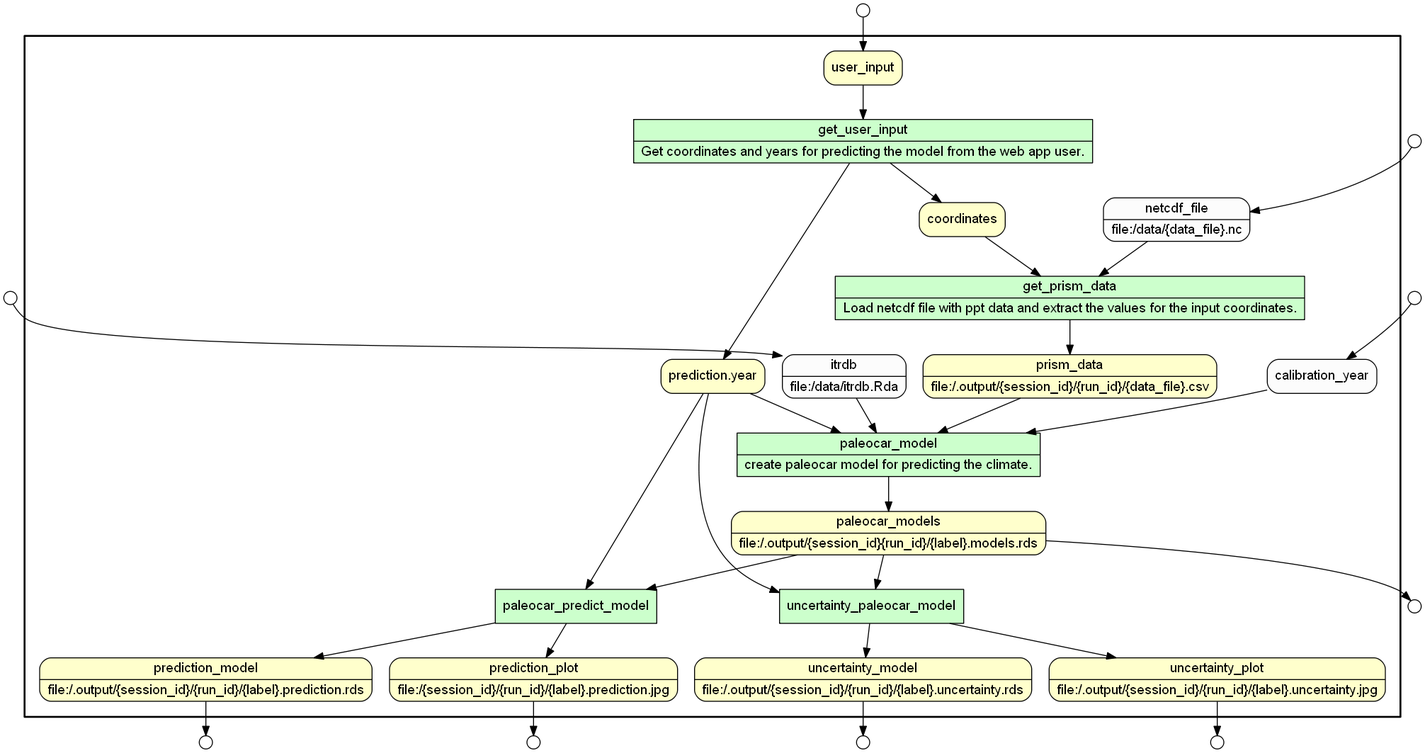
This is .prov_scripts/graphs/web_app_paleocar_data_flow.png from idaks/wt-prov-Summer-2017, a Graphviz export, as it was before one commit. Its source is kept beside it as .prov_scripts/gv_files/web_app_paleocar_data_flow.gv. The source it was exported from:
```dot
digraph Workflow {
rankdir=TB
fontname=Helvetica; fontsize=18; labelloc=t
label=""
subgraph cluster_workflow_box_outer { label=""; color=black; penwidth=2
subgraph cluster_workflow_box_inner { label=""; penwidth=0
node[shape=box style=filled fillcolor="#CCFFCC" peripheries=1 fontname=Helvetica]
get_user_input [shape=record rankdir=LR label="{<f0> get_user_input |<f1> Get coordinates and years for predicting the model from the web app user.}"];
get_prism_data [shape=record rankdir=LR label="{<f0> get_prism_data |<f1> Load netcdf file with ppt data and extract the values for the input coordinates.}"];
paleocar_model [shape=record rankdir=LR label="{<f0> paleocar_model |<f1> create paleocar model for predicting the climate.}"];
paleocar_predict_model
uncertainty_paleocar_model
node[shape=box style="rounded,filled" fillcolor="#FFFFCC" peripheries=1 fontname=Helvetica]
paleocar_models [shape=record rankdir=LR label="{<f0> paleocar_models |<f1> file\:/.output/\{session_id\}\{run_id\}/\{label\}.models.rds}"];
prediction_model [shape=record rankdir=LR label="{<f0> prediction_model |<f1> file\:/.output/\{session_id\}/\{run_id\}/\{label\}.prediction.rds}"];
uncertainty_model [shape=record rankdir=LR label="{<f0> uncertainty_model |<f1> file\:/.output/\{session_id\}/\{run_id\}/\{label\}.uncertainty.rds}"];
prediction_plot [shape=record rankdir=LR label="{<f0> prediction_plot |<f1> file\:/\{session_id\}/\{run_id\}/\{label\}.prediction.jpg}"];
uncertainty_plot [shape=record rankdir=LR label="{<f0> uncertainty_plot |<f1> file\:/.output/\{session_id\}/\{run_id\}/\{label\}.uncertainty.jpg}"];
user_input
coordinates
prism_data [shape=record rankdir=LR label="{<f0> prism_data |<f1> file\:/.output/\{session_id\}/\{run_id\}/\{data_file\}.csv}"];
"prediction.year"
node[shape=box style="rounded,filled" fillcolor="#FCFCFC" peripheries=1 fontname=Helvetica]
netcdf_file [shape=record rankdir=LR label="{<f0> netcdf_file |<f1> file\:/data/\{data_file\}.nc}"];
itrdb [shape=record rankdir=LR label="{<f0> itrdb |<f1> file\:/data/itrdb.Rda}"];
calibration_year
get_user_input -> coordinates
get_user_input -> "prediction.year"
user_input -> get_user_input
get_prism_data -> prism_data
coordinates -> get_prism_data
netcdf_file -> get_prism_data
paleocar_model -> paleocar_models
itrdb -> paleocar_model
prism_data -> paleocar_model
calibration_year -> paleocar_model
"prediction.year" -> paleocar_model
paleocar_predict_model -> prediction_model
paleocar_predict_model -> prediction_plot
paleocar_models -> paleocar_predict_model
"prediction.year" -> paleocar_predict_model
uncertainty_paleocar_model -> uncertainty_model
uncertainty_paleocar_model -> uncertainty_plot
paleocar_models -> uncertainty_paleocar_model
"prediction.year" -> uncertainty_paleocar_model
}}
node[shape=circle style="rounded,filled" fillcolor="#FFFFFF" peripheries=1 fontname=Helvetica width=0.2]
user_input_input_port [label=""]
netcdf_file_input_port [label=""]
itrdb_input_port [label=""]
calibration_year_input_port [label=""]
node[shape=circle style="rounded,filled" fillcolor="#FFFFFF" peripheries=1 fontname=Helvetica width=0.2]
paleocar_models_output_port [label=""]
prediction_model_output_port [label=""]
uncertainty_model_output_port [label=""]
prediction_plot_output_port [label=""]
uncertainty_plot_output_port [label=""]
user_input_input_port -> user_input
netcdf_file_input_port -> netcdf_file
itrdb_input_port -> itrdb
calibration_year_input_port -> calibration_year
paleocar_models -> paleocar_models_output_port
prediction_model -> prediction_model_output_port
uncertainty_model -> uncertainty_model_output_port
prediction_plot -> prediction_plot_output_port
uncertainty_plot -> uncertainty_plot_output_port
}
```
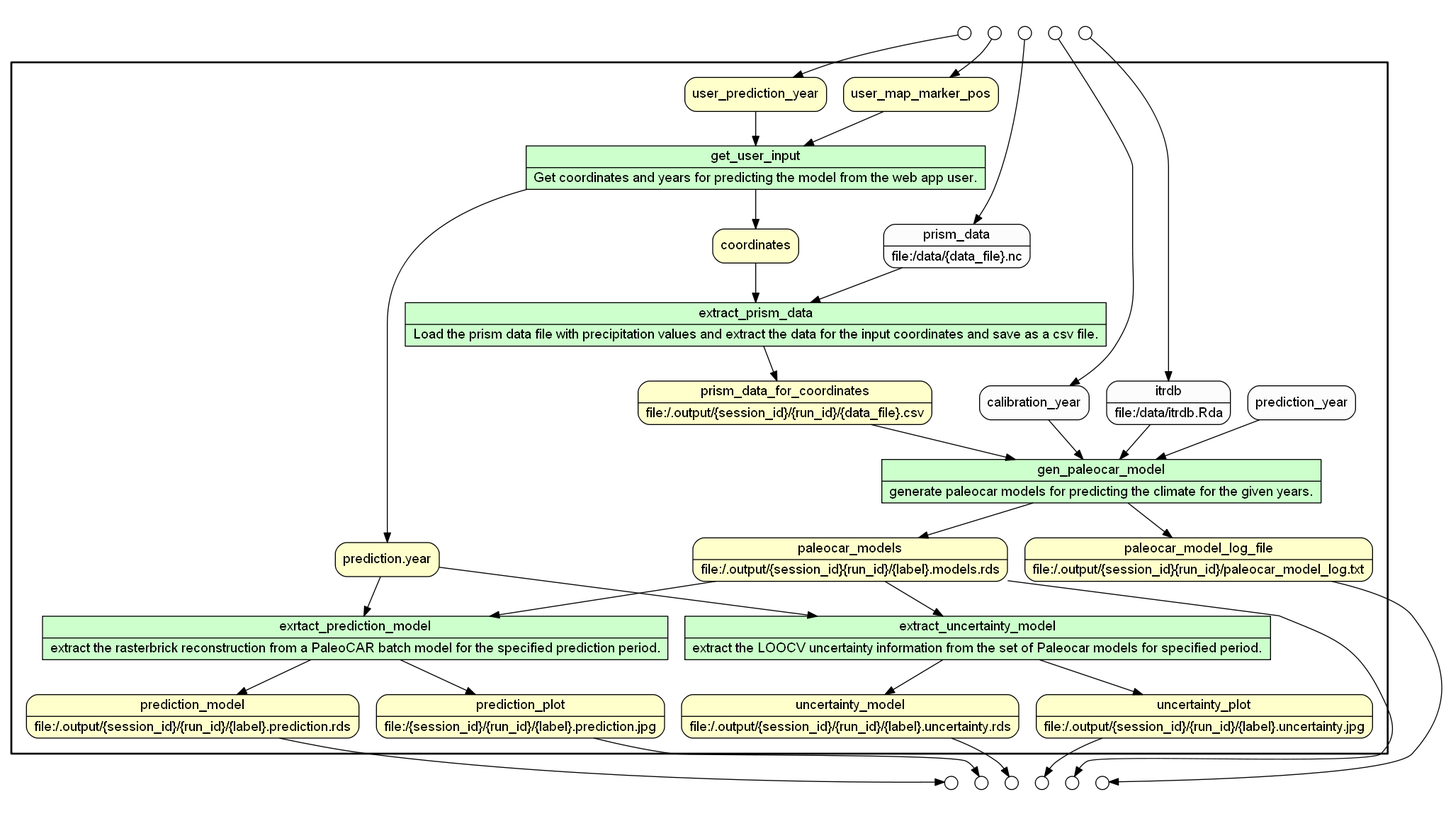
The same file after the commit.

Change to the diagram source:
```diff
@@ -6,57 +6,70 @@
 subgraph cluster_workflow_box_inner { label=""; penwidth=0
 node[shape=box style=filled fillcolor="#CCFFCC" peripheries=1 fontname=Helvetica]
 get_user_input [shape=record rankdir=LR label="{<f0> get_user_input |<f1> Get coordinates and years for predicting the model from the web app user.}"];
-get_prism_data [shape=record rankdir=LR label="{<f0> get_prism_data |<f1> Load netcdf file with ppt data and extract the values for the input coordinates.}"];
-paleocar_model [shape=record rankdir=LR label="{<f0> paleocar_model |<f1> create paleocar model for predicting the climate.}"];
-paleocar_predict_model
-uncertainty_paleocar_model
+extract_prism_data [shape=record rankdir=LR label="{<f0> extract_prism_data |<f1> Load the prism data file with precipitation values and extract the data for the input coordinates and save as a csv file.}"];
+gen_paleocar_model [shape=record rankdir=LR label="{<f0> gen_paleocar_model |<f1> generate paleocar models for predicting the climate for the given years.}"];
+exrtact_prediction_model [shape=record rankdir=LR label="{<f0> exrtact_prediction_model |<f1> extract the rasterbrick reconstruction from a PaleoCAR batch model for the specified prediction period.}"];
+extract_uncertainty_model [shape=record rankdir=LR label="{<f0> extract_uncertainty_model |<f1> extract the LOOCV uncertainty information from the set of Paleocar models for specified period.}"];
 node[shape=box style="rounded,filled" fillcolor="#FFFFCC" peripheries=1 fontname=Helvetica]
 paleocar_models [shape=record rankdir=LR label="{<f0> paleocar_models |<f1> file\:/.output/\{session_id\}\{run_id\}/\{label\}.models.rds}"];
 prediction_model [shape=record rankdir=LR label="{<f0> prediction_model |<f1> file\:/.output/\{session_id\}/\{run_id\}/\{label\}.prediction.rds}"];
 uncertainty_model [shape=record rankdir=LR label="{<f0> uncertainty_model |<f1> file\:/.output/\{session_id\}/\{run_id\}/\{label\}.uncertainty.rds}"];
 prediction_plot [shape=record rankdir=LR label="{<f0> prediction_plot |<f1> file\:/\{session_id\}/\{run_id\}/\{label\}.prediction.jpg}"];
 uncertainty_plot [shape=record rankdir=LR label="{<f0> uncertainty_plot |<f1> file\:/.output/\{session_id\}/\{run_id\}/\{label\}.uncertainty.jpg}"];
-user_input
+paleocar_model_log_file [shape=record rankdir=LR label="{<f0> paleocar_model_log_file |<f1> file\:/.output/\{session_id\}\{run_id\}/paleocar_model_log.txt}"];
+user_map_marker_pos
+user_prediction_year
 coordinates
-prism_data [shape=record rankdir=LR label="{<f0> prism_data |<f1> file\:/.output/\{session_id\}/\{run_id\}/\{data_file\}.csv}"];
+prism_data_for_coordinates [shape=record rankdir=LR label="{<f0> prism_data_for_coordinates |<f1> file\:/.output/\{session_id\}/\{run_id\}/\{data_file\}.csv}"];
 "prediction.year"
 node[shape=box style="rounded,filled" fillcolor="#FCFCFC" peripheries=1 fontname=Helvetica]
-netcdf_file [shape=record rankdir=LR label="{<f0> netcdf_file |<f1> file\:/data/\{data_file\}.nc}"];
+prism_data [shape=record rankdir=LR label="{<f0> prism_data |<f1> file\:/data/\{data_file\}.nc}"];
+calibration_year
 itrdb [shape=record rankdir=LR label="{<f0> itrdb |<f1> file\:/data/itrdb.Rda}"];
-calibration_year
 get_user_input -> coordinates
 get_user_input -> "prediction.year"
-user_input -> get_user_input
-get_prism_data -> prism_data
-coordinates -> get_prism_data
-netcdf_file -> get_prism_data
-paleocar_model -> paleocar_models
-itrdb -> paleocar_model
-prism_data -> paleocar_model
-calibration_year -> paleocar_model
-"prediction.year" -> paleocar_model
-paleocar_predict_model -> prediction_model
-paleocar_predict_model -> prediction_plot
-paleocar_models -> paleocar_predict_model
-"prediction.year" -> paleocar_predict_model
-uncertainty_paleocar_model -> uncertainty_model
-uncertainty_paleocar_model -> uncertainty_plot
-paleocar_models -> uncertainty_paleocar_model
-"prediction.year" -> uncertainty_paleocar_model
+user_map_marker_pos -> get_user_input
+user_prediction_year -> get_user_input
+extract_prism_data -> prism_data_for_coordinates
+coordinates -> extract_prism_data
+prism_data -> extract_prism_data
+gen_paleocar_model -> paleocar_models
+gen_paleocar_model -> paleocar_model_log_file
+calibration_year -> gen_paleocar_model
+itrdb -> gen_paleocar_model
+prediction_year -> gen_paleocar_model
+prism_data_for_coordinates -> gen_paleocar_model
+exrtact_prediction_model -> prediction_model
+exrtact_prediction_model -> prediction_plot
+paleocar_models -> exrtact_prediction_model
+"prediction.year" -> exrtact_prediction_model
+extract_uncertainty_model -> uncertainty_model
+extract_uncertainty_model -> uncertainty_plot
+paleocar_models -> extract_uncertainty_model
+"prediction.year" -> extract_uncertainty_model
 }}
+subgraph cluster_input_ports_group_outer { label=""; penwidth=0
+subgraph cluster_input_ports_group_inner { label=""; penwidth=0
 node[shape=circle style="rounded,filled" fillcolor="#FFFFFF" peripheries=1 fontname=Helvetica width=0.2]
-user_input_input_port [label=""]
-netcdf_file_input_port [label=""]
+user_map_marker_pos_input_port [label=""]
+user_prediction_year_input_port [label=""]
+prism_data_input_port [label=""]
 itrdb_input_port [label=""]
 calibration_year_input_port [label=""]
+}}
+subgraph cluster_output_ports_group_outer { label=""; penwidth=0
+subgraph cluster_output_ports_group_inner { label=""; penwidth=0
 node[shape=circle style="rounded,filled" fillcolor="#FFFFFF" peripheries=1 fontname=Helvetica width=0.2]
 paleocar_models_output_port [label=""]
 prediction_model_output_port [label=""]
 uncertainty_model_output_port [label=""]
 prediction_plot_output_port [label=""]
 uncertainty_plot_output_port [label=""]
-user_input_input_port -> user_input
-netcdf_file_input_port -> netcdf_file
+paleocar_model_log_file_output_port [label=""]
+}}
+user_map_marker_pos_input_port -> user_map_marker_pos
+user_prediction_year_input_port -> user_prediction_year
+prism_data_input_port -> prism_data
 itrdb_input_port -> itrdb
 calibration_year_input_port -> calibration_year
 paleocar_models -> paleocar_models_output_port
@@ -64,4 +77,5 @@
 uncertainty_model -> uncertainty_model_output_port
 prediction_plot -> prediction_plot_output_port
 uncertainty_plot -> uncertainty_plot_output_port
+paleocar_model_log_file -> paleocar_model_log_file_output_port
 }
```
